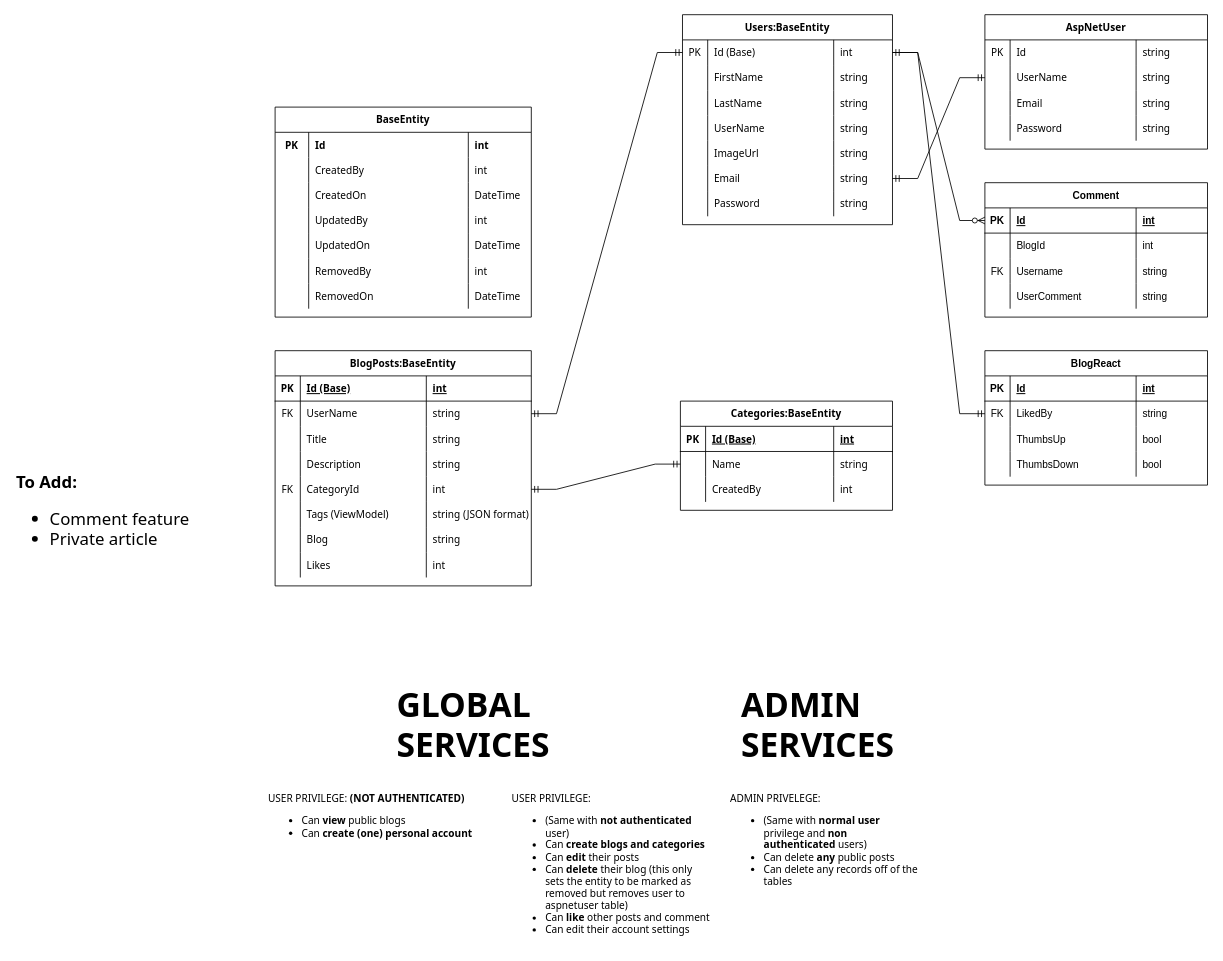
Before: WeBlog.drawio in genebit/draw.io-diagrams, a draw.io diagram. Source tidied: cells renumbered, new cells numbered last; positions are measured from the earlier drawing's top-left corner, leaving out a move shared by most shapes. Both pictures are drawn from the tidied source at 84%, with x=0, y=0 at pixel (14, 14).
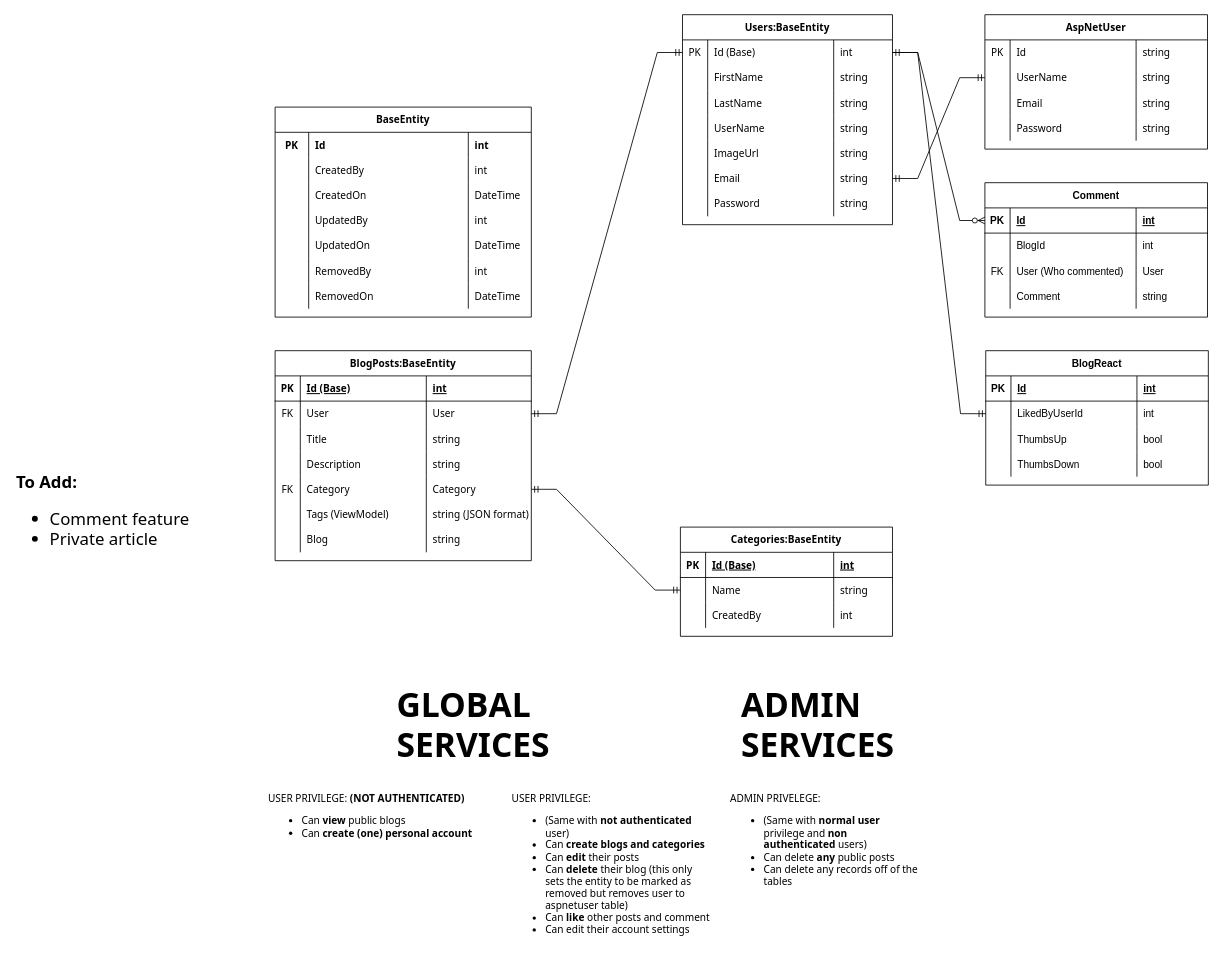
The same diagram, later.

The change refers to these unchanged cells:
```xml
<mxCell id="7" style="shape=tableRow;horizontal=0;startSize=0;swimlaneHead=0;swimlaneBody=0;fillColor=none;points=[[0,0.5],[1,0.5]];portConstraint=eastwest;top=0;left=0;right=0;bottom=0;fontFamily=Tahoma;" parent="2" vertex="1">
  <mxGeometry y="60" width="305" height="30" as="geometry" />
</mxCell>
<mxCell id="19" style="shape=tableRow;horizontal=0;startSize=0;swimlaneHead=0;swimlaneBody=0;fillColor=none;points=[[0,0.5],[1,0.5]];portConstraint=eastwest;top=0;left=0;right=0;bottom=0;fontFamily=Tahoma;" parent="2" vertex="1">
  <mxGeometry y="150" width="305" height="30" as="geometry" />
</mxCell>
<mxCell id="141" style="shape=tableRow;horizontal=0;startSize=0;swimlaneHead=0;swimlaneBody=0;fillColor=none;top=0;left=0;right=0;bottom=0;" parent="132" vertex="1">
  <mxGeometry y="90" width="265" height="30" as="geometry" />
</mxCell>
<mxCell id="145" style="shape=tableRow;horizontal=0;startSize=0;swimlaneHead=0;swimlaneBody=0;fillColor=none;top=0;left=0;right=0;bottom=0;" parent="132" vertex="1">
  <mxGeometry y="120" width="265" height="30" as="geometry" />
</mxCell>
<mxCell id="154" style="shape=tableRow;horizontal=0;startSize=0;swimlaneHead=0;swimlaneBody=0;fillColor=none;points=[[0,0.5],[1,0.5]];portConstraint=eastwest;top=0;left=0;right=0;bottom=0;" parent="149" vertex="1">
  <mxGeometry y="60" width="265" height="30" as="geometry" />
</mxCell>
```

The edit, as a diff of the source:
```diff
@@
     <mxCell id="2" value="BlogPosts:BaseEntity" style="shape=table;startSize=30;childLayout=tableLayout;rowLines=0;fontStyle=1;align=center;fontFamily=Tahoma;" parent="1" vertex="1">
-      <mxGeometry x="310" y="400" width="305" height="280" as="geometry" />
+      <mxGeometry x="310" y="400" width="305" height="250" as="geometry" />
     </mxCell>
@@
-    <mxCell id="9" value="UserName" style="shape=partialRectangle;fillColor=none;top=0;left=0;bottom=0;right=0;align=left;spacingLeft=6;overflow=hidden;fontFamily=Tahoma;" parent="7" vertex="1">
+    <mxCell id="9" value="User" style="shape=partialRectangle;fillColor=none;top=0;left=0;bottom=0;right=0;align=left;spacingLeft=6;overflow=hidden;fontFamily=Tahoma;" parent="7" vertex="1">
       <mxGeometry x="30" width="150" height="30" as="geometry" />
     </mxCell>
-    <mxCell id="10" value="string" style="shape=partialRectangle;fillColor=none;top=0;left=0;bottom=0;right=0;align=left;spacingLeft=6;overflow=hidden;fontFamily=Tahoma;" parent="7" vertex="1">
+    <mxCell id="10" value="User" style="shape=partialRectangle;fillColor=none;top=0;left=0;bottom=0;right=0;align=left;spacingLeft=6;overflow=hidden;fontFamily=Tahoma;" parent="7" vertex="1">
       <mxGeometry x="180" width="125" height="30" as="geometry" />
     </mxCell>
@@
-    <mxCell id="21" value="CategoryId" style="shape=partialRectangle;fillColor=none;top=0;left=0;bottom=0;right=0;align=left;spacingLeft=6;overflow=hidden;fontFamily=Tahoma;" parent="19" vertex="1">
+    <mxCell id="21" value="Category" style="shape=partialRectangle;fillColor=none;top=0;left=0;bottom=0;right=0;align=left;spacingLeft=6;overflow=hidden;fontFamily=Tahoma;" parent="19" vertex="1">
       <mxGeometry x="30" width="150" height="30" as="geometry" />
     </mxCell>
-    <mxCell id="22" value="int" style="shape=partialRectangle;fillColor=none;top=0;left=0;bottom=0;right=0;align=left;spacingLeft=6;overflow=hidden;fontFamily=Tahoma;" parent="19" vertex="1">
+    <mxCell id="22" value="Category" style="shape=partialRectangle;fillColor=none;top=0;left=0;bottom=0;right=0;align=left;spacingLeft=6;overflow=hidden;fontFamily=Tahoma;" parent="19" vertex="1">
       <mxGeometry x="180" width="125" height="30" as="geometry" />
     </mxCell>
@@
-    <mxCell id="31" style="shape=tableRow;horizontal=0;startSize=0;swimlaneHead=0;swimlaneBody=0;fillColor=none;top=0;left=0;right=0;bottom=0;fontFamily=Tahoma;" parent="2" vertex="1">
-      <mxGeometry y="240" width="305" height="30" as="geometry" />
-    </mxCell>
-    <mxCell id="32" style="shape=partialRectangle;fillColor=none;top=0;left=0;bottom=0;right=0;overflow=hidden;fontFamily=Tahoma;" parent="31" vertex="1">
-      <mxGeometry width="30" height="30" as="geometry" />
-    </mxCell>
-    <mxCell id="33" value="Likes" style="shape=partialRectangle;fillColor=none;top=0;left=0;bottom=0;right=0;align=left;spacingLeft=6;overflow=hidden;fontFamily=Tahoma;" parent="31" vertex="1">
-      <mxGeometry x="30" width="150" height="30" as="geometry" />
-    </mxCell>
-    <mxCell id="34" value="int" style="shape=partialRectangle;fillColor=none;top=0;left=0;bottom=0;right=0;align=left;spacingLeft=6;overflow=hidden;fontFamily=Tahoma;" parent="31" vertex="1">
-      <mxGeometry x="180" width="125" height="30" as="geometry" />
-    </mxCell>
@@
     <mxCell id="64" value="Categories:BaseEntity" style="shape=table;startSize=30;childLayout=tableLayout;rowLines=0;fontStyle=1;align=center;fontFamily=Tahoma;" parent="1" vertex="1">
-      <mxGeometry x="792.5" y="460" width="252.5" height="130" as="geometry" />
+      <mxGeometry x="792.5" y="610" width="252.5" height="130" as="geometry" />
     </mxCell>
@@
-    <mxCell id="143" value="Username" style="shape=partialRectangle;fillColor=none;top=0;left=0;bottom=0;right=0;align=left;spacingLeft=6;overflow=hidden;" parent="141" vertex="1">
+    <mxCell id="143" value="User (Who commented)" style="shape=partialRectangle;fillColor=none;top=0;left=0;bottom=0;right=0;align=left;spacingLeft=6;overflow=hidden;" parent="141" vertex="1">
       <mxGeometry x="30" width="150" height="30" as="geometry" />
     </mxCell>
-    <mxCell id="144" value="string" style="shape=partialRectangle;fillColor=none;top=0;left=0;bottom=0;right=0;align=left;spacingLeft=6;overflow=hidden;" parent="141" vertex="1">
+    <mxCell id="144" value="User" style="shape=partialRectangle;fillColor=none;top=0;left=0;bottom=0;right=0;align=left;spacingLeft=6;overflow=hidden;" parent="141" vertex="1">
       <mxGeometry x="180" width="85" height="30" as="geometry" />
     </mxCell>
@@
-    <mxCell id="147" value="UserComment" style="shape=partialRectangle;fillColor=none;top=0;left=0;bottom=0;right=0;align=left;spacingLeft=6;overflow=hidden;" parent="145" vertex="1">
+    <mxCell id="147" value="Comment" style="shape=partialRectangle;fillColor=none;top=0;left=0;bottom=0;right=0;align=left;spacingLeft=6;overflow=hidden;" parent="145" vertex="1">
       <mxGeometry x="30" width="150" height="30" as="geometry" />
     </mxCell>
@@
     <mxCell id="149" value="BlogReact" style="shape=table;startSize=30;childLayout=tableLayout;rowLines=0;fontStyle=1;align=center;" parent="1" vertex="1">
-      <mxGeometry x="1155" y="400" width="265" height="160" as="geometry" />
+      <mxGeometry x="1156" y="400" width="265" height="160" as="geometry" />
     </mxCell>
@@
-    <mxCell id="155" value="FK" style="shape=partialRectangle;fillColor=none;top=0;left=0;bottom=0;right=0;overflow=hidden;" parent="154" vertex="1">
+    <mxCell id="155" style="shape=partialRectangle;fillColor=none;top=0;left=0;bottom=0;right=0;overflow=hidden;" parent="154" vertex="1">
       <mxGeometry width="30" height="30" as="geometry" />
     </mxCell>
-    <mxCell id="156" value="LikedBy" style="shape=partialRectangle;fillColor=none;top=0;left=0;bottom=0;right=0;align=left;spacingLeft=6;overflow=hidden;" parent="154" vertex="1">
+    <mxCell id="156" value="LikedByUserId" style="shape=partialRectangle;fillColor=none;top=0;left=0;bottom=0;right=0;align=left;spacingLeft=6;overflow=hidden;" parent="154" vertex="1">
       <mxGeometry x="30" width="150" height="30" as="geometry" />
     </mxCell>
-    <mxCell id="157" value="string" style="shape=partialRectangle;fillColor=none;top=0;left=0;bottom=0;right=0;align=left;spacingLeft=6;overflow=hidden;" parent="154" vertex="1">
+    <mxCell id="157" value="int" style="shape=partialRectangle;fillColor=none;top=0;left=0;bottom=0;right=0;align=left;spacingLeft=6;overflow=hidden;" parent="154" vertex="1">
       <mxGeometry x="180" width="85" height="30" as="geometry" />
     </mxCell>
```
